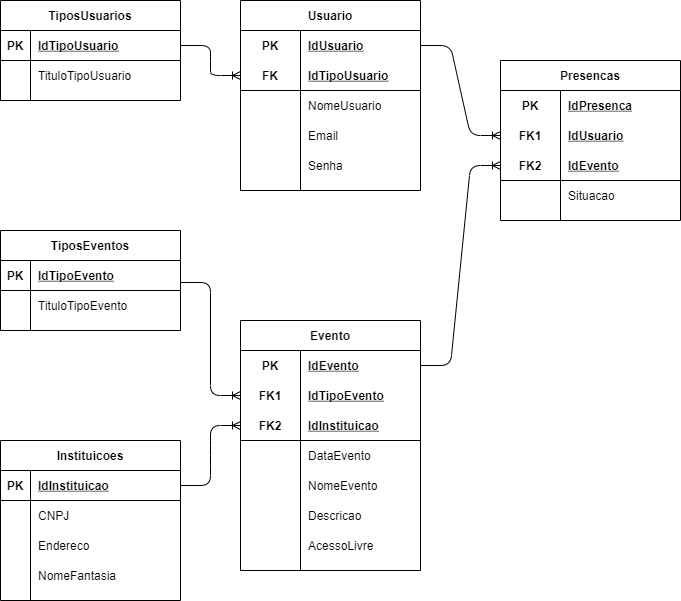
This is Projeto-GUFI/Projeto-Gufi-Lógico.png from Carlos-Augusto-Roque/Sprint1_bd, a draw.io export, as it was before one commit. Source tidied: cells renumbered, new cells last; positions are measured from the earlier drawing's top-left corner, leaving out a move shared by most shapes.
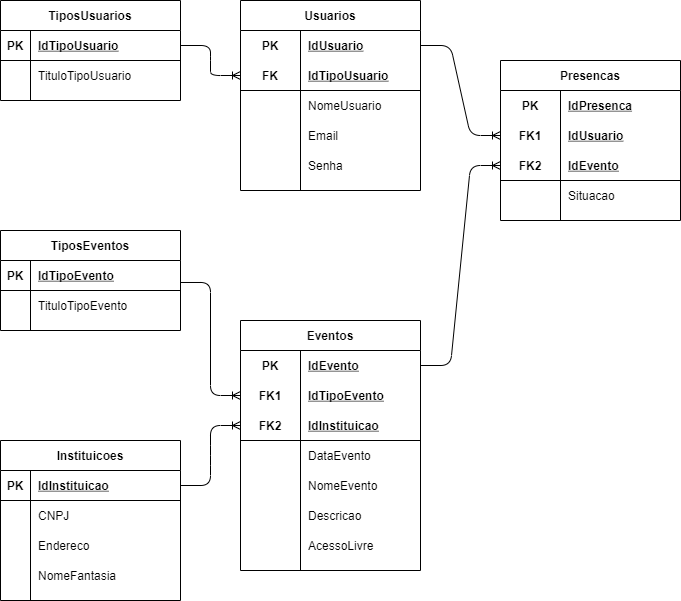
Later version of the same file.

Change to the diagram source:
```diff
@@ -83,7 +83,7 @@
     <mxCell id="28" value="NomeFantasia" style="shape=partialRectangle;fillColor=none;top=0;left=0;bottom=0;right=0;align=left;spacingLeft=6;overflow=hidden;" parent="26" vertex="1">
       <mxGeometry x="30" width="150" height="30" as="geometry" />
     </mxCell>
-    <mxCell id="29" value="Usuario" style="shape=table;startSize=30;rowLines=0;fontStyle=1;align=center;" parent="1" vertex="1">
+    <mxCell id="29" value="Usuarios" style="shape=table;startSize=30;rowLines=0;fontStyle=1;align=center;" parent="1" vertex="1">
       <mxGeometry x="240" width="180" height="190" as="geometry" />
     </mxCell>
     <mxCell id="30" style="shape=partialRectangle;fillColor=none;top=0;left=0;bottom=0;right=0;points=[[0,0.5],[1,0.5]];portConstraint=eastwest;" parent="29" vertex="1">
@@ -131,7 +131,7 @@
     <mxCell id="44" value="Senha" style="shape=partialRectangle;fillColor=none;top=0;left=0;bottom=0;right=0;align=left;spacingLeft=6;overflow=hidden;" parent="42" vertex="1">
       <mxGeometry x="60" width="120" height="30" as="geometry" />
     </mxCell>
-    <mxCell id="45" value="Evento" style="shape=table;startSize=30;rowLines=0;fontStyle=1;align=center;" parent="1" vertex="1">
+    <mxCell id="45" value="Eventos" style="shape=table;startSize=30;rowLines=0;fontStyle=1;align=center;" parent="1" vertex="1">
       <mxGeometry x="240" y="320" width="180" height="250" as="geometry" />
     </mxCell>
     <mxCell id="46" style="shape=partialRectangle;fillColor=none;top=0;left=0;bottom=0;right=0;points=[[0,0.5],[1,0.5]];portConstraint=eastwest;" parent="45" vertex="1">
```
